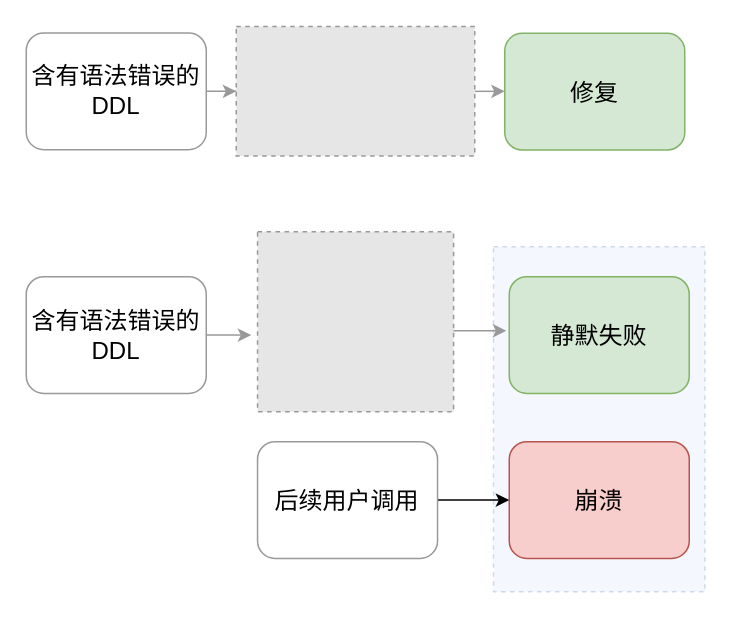
Olive-2019/drawio-source keeps this draw.io diagram as 开题报告/DDL.drawio. Above is the earlier version. Source tidied: cells renumbered, new cells numbered last; positions are measured from the earlier drawing's top-left corner, leaving out a move shared by most shapes. Both pictures are drawn from the tidied source at 150%, with x=0, y=0 at pixel (26, 26). Pictures stored in the file or linked from it are replaced by grey dashed boxes.
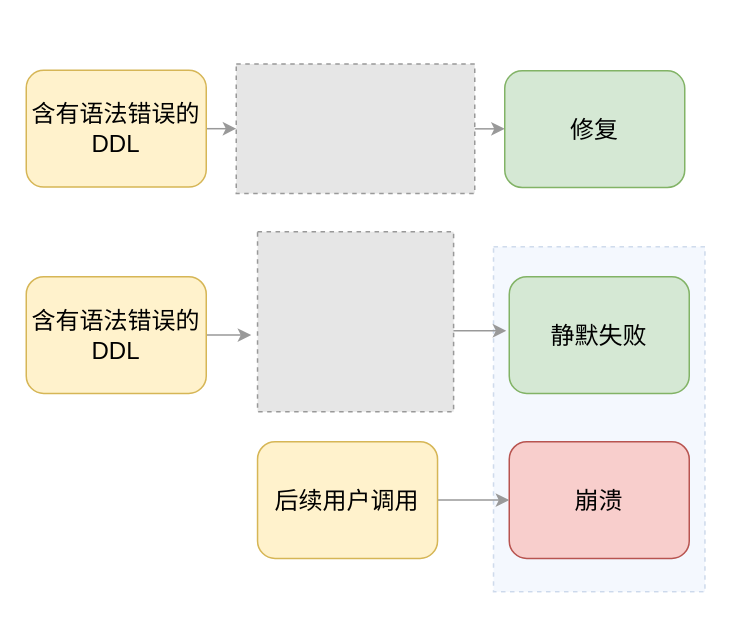
After the change.

What changed in the source:
```diff
@@
 <mxGraphModel>
   <root>
     <mxCell id="0" />
     <mxCell id="1" parent="0" />
     <mxCell id="2" style="rounded=0;whiteSpace=wrap;html=1;dashed=1;fillColor=#dae8fc;strokeColor=#6c8ebf;opacity=30;" parent="1" vertex="1">
       <mxGeometry x="311.5" y="147" width="141" height="230" as="geometry" />
     </mxCell>
     <mxCell id="3" style="fillColor=#E6E6E6;strokeColor=#999999;dashed=1;verticalLabelPosition=bottom;labelBackgroundColor=default;verticalAlign=top;" parent="1" vertex="1">
       <mxGeometry x="154.2" y="137" width="130.7" height="120" as="geometry" />
     </mxCell>
     <mxCell id="4" style="edgeStyle=orthogonalEdgeStyle;rounded=0;jettySize=auto;html=1;entryX=0;entryY=0.5;entryDx=0;entryDy=0;strokeColor=#999999;" parent="1" edge="1" source="5" target="8">
       <mxGeometry relative="1" as="geometry" />
     </mxCell>
     <mxCell id="5" style="fillColor=#E6E6E6;strokeColor=#999999;dashed=1;verticalLabelPosition=bottom;labelBackgroundColor=default;verticalAlign=top;" parent="1" vertex="1">
-      <mxGeometry x="140" y="0.2" width="159" height="86.3" as="geometry" />
+      <mxGeometry x="140" y="25.2" width="159" height="86.3" as="geometry" />
     </mxCell>
     <mxCell id="6" style="edgeStyle=orthogonalEdgeStyle;rounded=0;jettySize=auto;html=1;entryX=0;entryY=0.5;entryDx=0;entryDy=0;strokeColor=#999999;" parent="1" edge="1" source="7" target="5">
       <mxGeometry relative="1" as="geometry" />
     </mxCell>
-    <mxCell id="7" value="含有语法错误的DDL" style="rounded=1;whiteSpace=wrap;html=1;strokeColor=#999999;fontSize=16;" parent="1" vertex="1">
-      <mxGeometry y="4.5" width="120" height="77.8" as="geometry" />
+    <mxCell id="7" value="含有语法错误的DDL" style="rounded=1;whiteSpace=wrap;html=1;strokeColor=#d6b656;fontSize=16;fillColor=#fff2cc;" parent="1" vertex="1">
+      <mxGeometry y="29.4" width="120" height="77.8" as="geometry" />
     </mxCell>
     <mxCell id="8" value="修复" style="rounded=1;whiteSpace=wrap;html=1;strokeColor=#82b366;fontSize=16;fillColor=#d5e8d4;" parent="1" vertex="1">
-      <mxGeometry x="319" y="4.7" width="120" height="77.8" as="geometry" />
+      <mxGeometry x="319" y="29.7" width="120" height="77.8" as="geometry" />
     </mxCell>
     <mxCell id="9" style="edgeStyle=orthogonalEdgeStyle;rounded=0;jettySize=auto;html=1;strokeColor=#999999;" parent="1" edge="1" source="10">
       <mxGeometry relative="1" as="geometry">
         <mxPoint x="150" y="205.9" as="targetPoint" />
       </mxGeometry>
     </mxCell>
-    <mxCell id="10" value="含有语法错误的DDL" style="rounded=1;whiteSpace=wrap;html=1;strokeColor=#999999;fontSize=16;" parent="1" vertex="1">
+    <mxCell id="10" value="含有语法错误的DDL" style="rounded=1;whiteSpace=wrap;html=1;strokeColor=#d6b656;fontSize=16;fillColor=#fff2cc;" parent="1" vertex="1">
       <mxGeometry y="167" width="120" height="77.8" as="geometry" />
     </mxCell>
     <mxCell id="11" value="静默失败" style="rounded=1;whiteSpace=wrap;html=1;strokeColor=#82b366;fontSize=16;fillColor=#d5e8d4;" parent="1" vertex="1">
       <mxGeometry x="322" y="167" width="120" height="77.8" as="geometry" />
     </mxCell>
     <mxCell id="12" style="edgeStyle=orthogonalEdgeStyle;rounded=0;orthogonalLoop=1;jettySize=auto;html=1;strokeColor=#999999;" parent="1" edge="1">
       <mxGeometry relative="1" as="geometry">
         <mxPoint x="284.8" y="203" as="sourcePoint" />
         <mxPoint x="320" y="203" as="targetPoint" />
       </mxGeometry>
     </mxCell>
     <mxCell id="13" value="崩溃" style="rounded=1;whiteSpace=wrap;html=1;strokeColor=#b85450;fontSize=16;fillColor=#f8cecc;" parent="1" vertex="1">
       <mxGeometry x="322" y="277" width="120" height="77.8" as="geometry" />
     </mxCell>
-    <mxCell id="14" style="edgeStyle=orthogonalEdgeStyle;rounded=0;jettySize=auto;html=1;entryX=0;entryY=0.5;entryDx=0;entryDy=0;" parent="1" edge="1" source="15" target="13">
+    <mxCell id="14" style="edgeStyle=orthogonalEdgeStyle;rounded=0;jettySize=auto;html=1;entryX=0;entryY=0.5;entryDx=0;entryDy=0;strokeColor=#999999;" parent="1" edge="1" source="15" target="13">
       <mxGeometry relative="1" as="geometry" />
     </mxCell>
-    <mxCell id="15" value="后续用户调用" style="rounded=1;whiteSpace=wrap;html=1;strokeColor=#999999;fontSize=16;" parent="1" vertex="1">
+    <mxCell id="15" value="后续用户调用" style="rounded=1;whiteSpace=wrap;html=1;strokeColor=#d6b656;fontSize=16;fillColor=#fff2cc;" parent="1" vertex="1">
       <mxGeometry x="154.2" y="277" width="120" height="77.8" as="geometry" />
     </mxCell>
   </root>
 </mxGraphModel>
```
